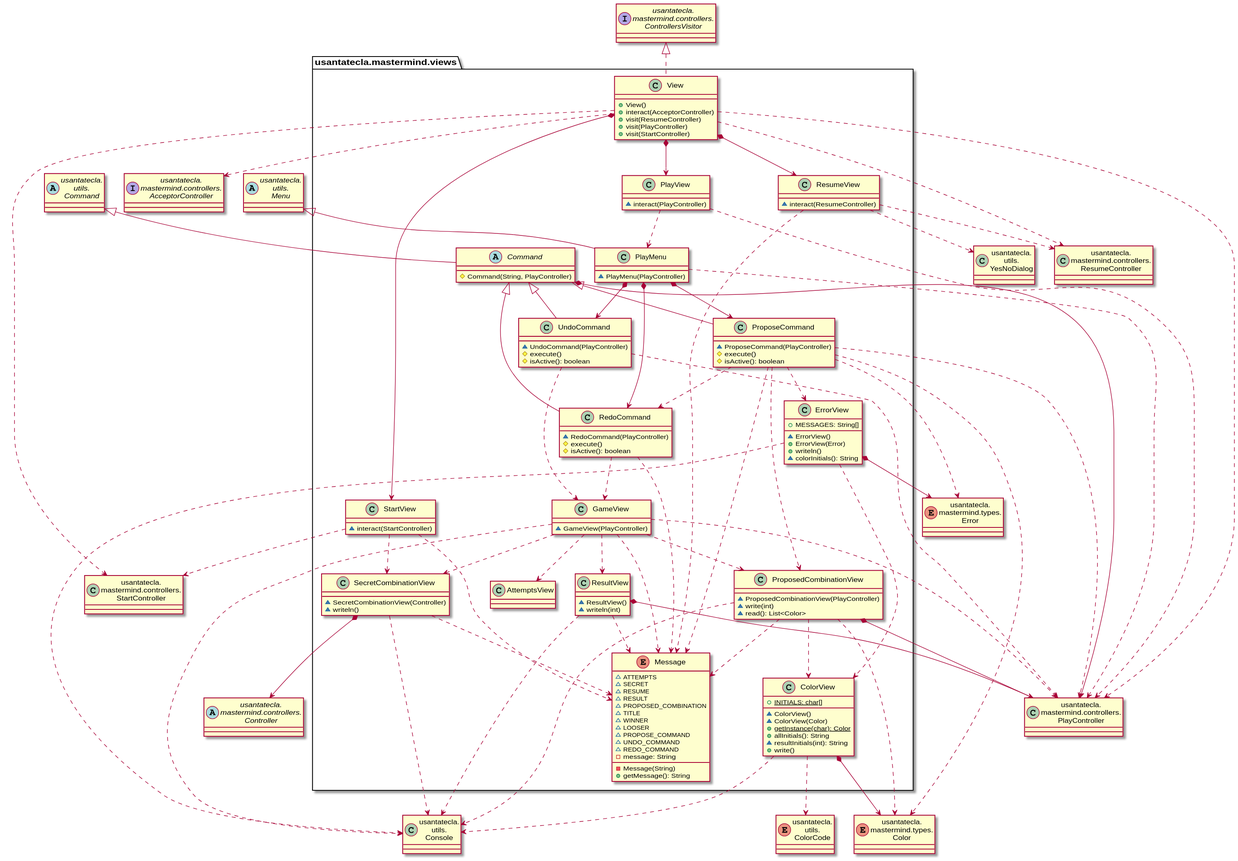
Above: modelViewPresenter/presentationModel/withComposite/docs/diagrams/out/paquetes/usantatecla.mastermind.views.svg in SantaTecla-mastermind/solution.java.swing.socket.sql (PlantUML), before the change.
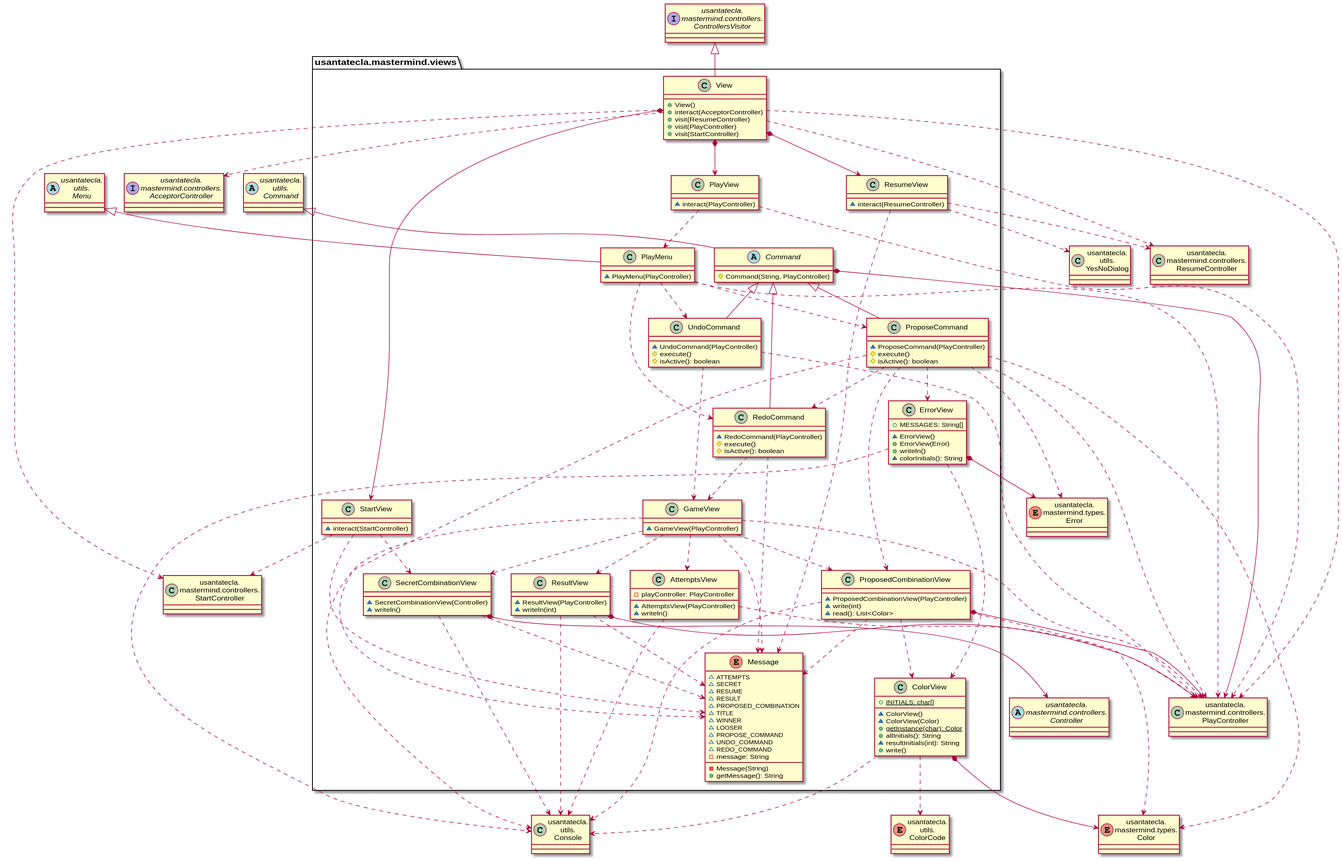
After the commit.

The edit, as a diff of the source:
```diff
@@ -12,6 +12,15 @@
 abstract class Command as "usantatecla.\nutils.\nCommand"
 abstract class Menu as "usantatecla.\nutils.\nMenu"
 enum ColorCode as "usantatecla.\nutils.\nColorCode"
+
+class  usantatecla.mastermind.views.AttemptsView{
+    - playController: PlayController
+    ~ AttemptsView(PlayController)
+    ~ writeln()
+}
+
+usantatecla.mastermind.views.AttemptsView .down.> Console
+usantatecla.mastermind.views.AttemptsView .down.> PlayController
 
 class  usantatecla.mastermind.views.ColorView{
     + {static} INITIALS: char[]
@@ -75,9 +84,9 @@
     ~ PlayMenu(PlayController)
 }
 Menu <|-down- usantatecla.mastermind.views.PlayMenu
-usantatecla.mastermind.views.PlayMenu *-down-> usantatecla.mastermind.views.ProposeCommand
-usantatecla.mastermind.views.PlayMenu *-down-> usantatecla.mastermind.views.UndoCommand
-usantatecla.mastermind.views.PlayMenu *-down-> usantatecla.mastermind.views.RedoCommand
+usantatecla.mastermind.views.PlayMenu .down.> usantatecla.mastermind.views.ProposeCommand
+usantatecla.mastermind.views.PlayMenu .down.> usantatecla.mastermind.views.UndoCommand
+usantatecla.mastermind.views.PlayMenu .down.> usantatecla.mastermind.views.RedoCommand
 usantatecla.mastermind.views.PlayMenu .down.> PlayController
 
 class  usantatecla.mastermind.views.PlayView{
@@ -121,7 +130,7 @@
 usantatecla.mastermind.views.RedoCommand .down.> usantatecla.mastermind.views.Message
 
 class  usantatecla.mastermind.views.ResultView{
-    ~ ResultView()
+    ~ ResultView(PlayController)
     ~ writeln(int)
 }
 usantatecla.mastermind.views.ResultView *-down-> PlayController
@@ -166,7 +175,7 @@
     + visit(PlayController)
     + visit(StartController)
 }
-ControllersVisitor <|.down. usantatecla.mastermind.views.View
+ControllersVisitor <|-down- usantatecla.mastermind.views.View
 usantatecla.mastermind.views.View *-down-> usantatecla.mastermind.views.StartView
 usantatecla.mastermind.views.View *-down-> usantatecla.mastermind.views.PlayView
 usantatecla.mastermind.views.View *-down-> usantatecla.mastermind.views.ResumeView
```
